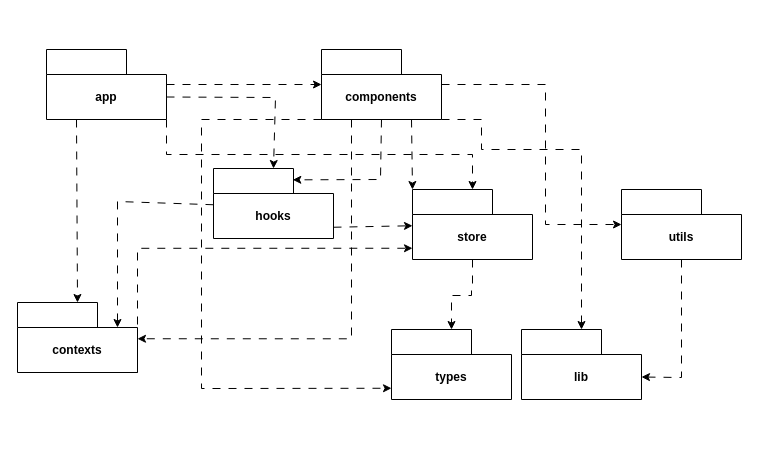
SEP490-FA25-G25/tms-sep490-fe keeps this draw.io diagram as docs/package-diagram.drawio. Above is the earlier version. Source tidied: cells renumbered, new cells numbered last; positions are measured from the earlier drawing's top-left corner, leaving out a move shared by most shapes. Both pictures are drawn from the tidied source at 100%, with x=0, y=0 at pixel (17, 49).
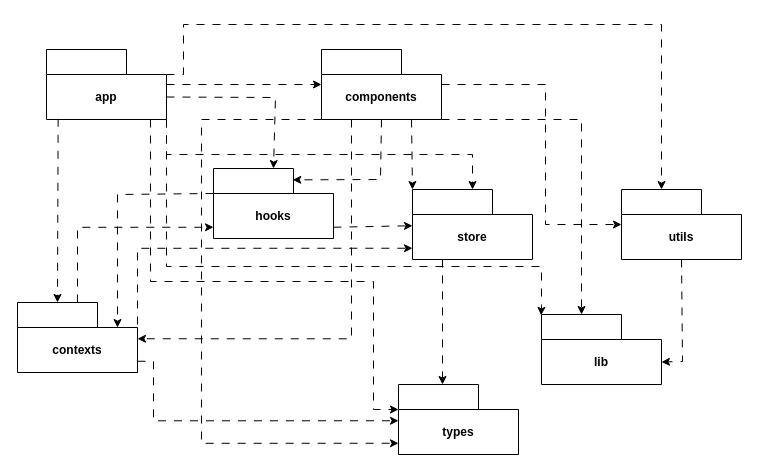
The same diagram, later.

The change refers to these unchanged cells:
```xml
<mxCell id="2" value="&lt;b&gt;app&lt;/b&gt;" style="shape=folder;fontStyle=1;tabWidth=80;tabHeight=25;tabPosition=left;html=1;boundedLbl=1;whiteSpace=wrap;" parent="1" vertex="1">
  <mxGeometry x="29" width="120" height="70" as="geometry" />
</mxCell>
<mxCell id="3" value="&lt;b&gt;components&lt;/b&gt;" style="shape=folder;fontStyle=1;tabWidth=80;tabHeight=25;tabPosition=left;html=1;boundedLbl=1;whiteSpace=wrap;" parent="1" vertex="1">
  <mxGeometry x="304" width="120" height="70" as="geometry" />
</mxCell>
<mxCell id="4" value="&lt;b&gt;contexts&lt;/b&gt;" style="shape=folder;fontStyle=1;tabWidth=80;tabHeight=25;tabPosition=left;html=1;boundedLbl=1;whiteSpace=wrap;" parent="1" vertex="1">
  <mxGeometry y="253" width="120" height="70" as="geometry" />
</mxCell>
<mxCell id="5" value="&lt;b&gt;hooks&lt;/b&gt;" style="shape=folder;fontStyle=1;tabWidth=80;tabHeight=25;tabPosition=left;html=1;boundedLbl=1;whiteSpace=wrap;" parent="1" vertex="1">
  <mxGeometry x="196" y="119" width="120" height="70" as="geometry" />
</mxCell>
<mxCell id="6" value="&lt;b&gt;store&lt;/b&gt;" style="shape=folder;fontStyle=1;tabWidth=80;tabHeight=25;tabPosition=left;html=1;boundedLbl=1;whiteSpace=wrap;" parent="1" vertex="1">
  <mxGeometry x="395" y="140" width="120" height="70" as="geometry" />
</mxCell>
<mxCell id="7" value="&lt;b&gt;utils&lt;/b&gt;" style="shape=folder;fontStyle=1;tabWidth=80;tabHeight=25;tabPosition=left;html=1;boundedLbl=1;whiteSpace=wrap;" parent="1" vertex="1">
  <mxGeometry x="604" y="140" width="120" height="70" as="geometry" />
</mxCell>
```

What changed in the source:
```diff
@@
     <mxCell id="8" value="&lt;b&gt;lib&lt;/b&gt;" style="shape=folder;fontStyle=1;tabWidth=80;tabHeight=25;tabPosition=left;html=1;boundedLbl=1;whiteSpace=wrap;" parent="1" vertex="1">
-      <mxGeometry x="504" y="280" width="120" height="70" as="geometry" />
+      <mxGeometry x="524" y="265" width="120" height="70" as="geometry" />
     </mxCell>
     <mxCell id="9" value="&lt;b&gt;types&lt;/b&gt;" style="shape=folder;fontStyle=1;tabWidth=80;tabHeight=25;tabPosition=left;html=1;boundedLbl=1;whiteSpace=wrap;" parent="1" vertex="1">
-      <mxGeometry x="374" y="280" width="120" height="70" as="geometry" />
+      <mxGeometry x="381" y="335" width="120" height="70" as="geometry" />
     </mxCell>
@@
-    <mxCell id="11" style="endArrow=classic;html=1;rounded=0;dashed=1;dashPattern=8 8;exitX=0.25;exitY=1;exitDx=0;exitDy=0;entryX=0.5;entryY=0;entryDx=0;entryDy=0;exitPerimeter=0;" parent="1" edge="1" source="2" target="4">
+    <mxCell id="11" style="endArrow=classic;html=1;rounded=0;dashed=1;dashPattern=8 8;exitX=0.097;exitY=0.99;exitDx=0;exitDy=0;entryX=0;entryY=0;entryDx=40;entryDy=0;exitPerimeter=0;entryPerimeter=0;" parent="1" edge="1" source="2" target="4">
       <mxGeometry relative="1" as="geometry" />
     </mxCell>
@@
-    <mxCell id="17" style="endArrow=classic;html=1;rounded=0;dashed=1;dashPattern=8 8;exitX=1;exitY=1;exitDx=0;exitDy=0;entryX=0.5;entryY=0;entryDx=0;entryDy=0;edgeStyle=orthogonalEdgeStyle;" parent="1" edge="1" source="3" target="8">
+    <mxCell id="17" style="endArrow=classic;html=1;rounded=0;dashed=1;dashPattern=8 8;exitX=1;exitY=1;exitDx=0;exitDy=0;entryX=0;entryY=0;entryDx=40;entryDy=0;edgeStyle=orthogonalEdgeStyle;entryPerimeter=0;" parent="1" edge="1" source="3" target="8">
       <mxGeometry relative="1" as="geometry">
         <Array as="points">
-          <mxPoint x="464" y="70" />
-          <mxPoint x="464" y="100" />
-          <mxPoint x="564" y="100" />
+          <mxPoint x="564" y="70" />
         </Array>
       </mxGeometry>
     </mxCell>
-    <mxCell id="18" style="endArrow=classic;html=1;rounded=0;dashed=1;dashPattern=8 8;exitX=0;exitY=0;exitDx=0;exitDy=36.25;entryX=0;entryY=0;entryDx=100;entryDy=25;exitPerimeter=0;entryPerimeter=0;" parent="1" edge="1" source="5" target="4">
+    <mxCell id="18" style="endArrow=classic;html=1;rounded=0;dashed=1;dashPattern=8 8;exitX=0;exitY=0;exitDx=0;exitDy=25;entryX=0;entryY=0;entryDx=100;entryDy=25;exitPerimeter=0;entryPerimeter=0;" parent="1" edge="1" source="5" target="4">
       <mxGeometry relative="1" as="geometry">
         <Array as="points">
-          <mxPoint x="100" y="152" />
+          <mxPoint x="100" y="145" />
         </Array>
       </mxGeometry>
     </mxCell>
@@
-    <mxCell id="21" style="endArrow=classic;html=1;rounded=0;dashed=1;dashPattern=8 8;entryX=0.5;entryY=0;entryDx=0;entryDy=0;edgeStyle=orthogonalEdgeStyle;" parent="1" edge="1" source="6" target="9">
+    <mxCell id="21" style="endArrow=classic;html=1;rounded=0;dashed=1;dashPattern=8 8;edgeStyle=orthogonalEdgeStyle;exitX=0.25;exitY=1;exitDx=0;exitDy=0;exitPerimeter=0;" parent="1" edge="1" source="6">
       <mxGeometry relative="1" as="geometry">
-        <Array as="points">
-          <mxPoint x="455" y="240" />
-          <mxPoint x="454" y="240" />
-          <mxPoint x="454" y="246" />
-          <mxPoint x="434" y="246" />
-        </Array>
+        <mxPoint x="425" y="335" as="targetPoint" />
       </mxGeometry>
     </mxCell>
     <mxCell id="22" style="endArrow=classic;html=1;rounded=0;dashed=1;dashPattern=8 8;exitX=0.5;exitY=1;exitDx=0;exitDy=0;entryX=0;entryY=0;entryDx=120;entryDy=47.5;entryPerimeter=0;" parent="1" edge="1" source="7" target="8">
       <mxGeometry relative="1" as="geometry">
         <Array as="points">
-          <mxPoint x="664" y="328" />
+          <mxPoint x="665" y="312" />
         </Array>
       </mxGeometry>
     </mxCell>
     <mxCell id="23" style="endArrow=classic;html=1;rounded=0;dashed=1;dashPattern=8 8;exitX=0;exitY=0;exitDx=0;exitDy=70;entryX=0;entryY=0;entryDx=0;entryDy=58.75;edgeStyle=orthogonalEdgeStyle;exitPerimeter=0;entryPerimeter=0;" parent="1" edge="1" source="3" target="9">
       <mxGeometry relative="1" as="geometry">
         <Array as="points">
           <mxPoint x="184" y="70" />
-          <mxPoint x="184" y="339" />
-          <mxPoint x="204" y="339" />
+          <mxPoint x="184" y="394" />
         </Array>
       </mxGeometry>
     </mxCell>
@@
+    <mxCell id="25" style="endArrow=classic;html=1;rounded=0;dashed=1;dashPattern=8 8;exitX=0;exitY=0;exitDx=120;exitDy=70;edgeStyle=orthogonalEdgeStyle;exitPerimeter=0;entryX=-0.003;entryY=0.012;entryDx=0;entryDy=0;entryPerimeter=0;" parent="1" edge="1" source="2" target="8">
+      <mxGeometry relative="1" as="geometry">
+        <Array as="points">
+          <mxPoint x="149" y="217" />
+          <mxPoint x="524" y="217" />
+          <mxPoint x="524" y="256" />
+          <mxPoint x="524" y="256" />
+        </Array>
+      </mxGeometry>
+    </mxCell>
+    <mxCell id="26" style="endArrow=classic;html=1;rounded=0;dashed=1;dashPattern=8 8;entryX=0;entryY=0;entryDx=0;entryDy=25;edgeStyle=orthogonalEdgeStyle;entryPerimeter=0;" parent="1" edge="1" source="2" target="9">
+      <mxGeometry relative="1" as="geometry">
+        <Array as="points">
+          <mxPoint x="133" y="232" />
+          <mxPoint x="356" y="232" />
+          <mxPoint x="356" y="360" />
+        </Array>
+      </mxGeometry>
+    </mxCell>
+    <mxCell id="27" style="endArrow=classic;html=1;rounded=0;dashed=1;dashPattern=8 8;exitX=0;exitY=0;exitDx=120;exitDy=25;entryX=0;entryY=0;entryDx=40;entryDy=0;edgeStyle=orthogonalEdgeStyle;entryPerimeter=0;exitPerimeter=0;" parent="1" edge="1" source="2" target="7">
+      <mxGeometry relative="1" as="geometry">
+        <Array as="points">
+          <mxPoint x="166" y="25" />
+          <mxPoint x="166" y="-25" />
+          <mxPoint x="644" y="-25" />
+        </Array>
+      </mxGeometry>
+    </mxCell>
+    <mxCell id="28" style="endArrow=classic;html=1;rounded=0;dashed=1;dashPattern=8 8;exitX=0.5;exitY=0;exitDx=0;exitDy=0;entryX=0;entryY=0;entryDx=0;entryDy=58.75;edgeStyle=orthogonalEdgeStyle;entryPerimeter=0;" parent="1" edge="1" source="4" target="5">
+      <mxGeometry relative="1" as="geometry">
+        <Array as="points">
+          <mxPoint x="60" y="178" />
+          <mxPoint x="196" y="178" />
+        </Array>
+      </mxGeometry>
+    </mxCell>
+    <mxCell id="29" style="endArrow=classic;html=1;rounded=0;dashed=1;dashPattern=8 8;exitX=0;exitY=0;exitDx=120;exitDy=58.75;entryX=0;entryY=0;entryDx=0;entryDy=36.25;edgeStyle=orthogonalEdgeStyle;entryPerimeter=0;exitPerimeter=0;" parent="1" edge="1" source="4" target="9">
+      <mxGeometry relative="1" as="geometry">
+        <Array as="points">
+          <mxPoint x="136" y="312" />
+          <mxPoint x="136" y="371" />
+          <mxPoint x="381" y="371" />
+        </Array>
+      </mxGeometry>
+    </mxCell>
```
